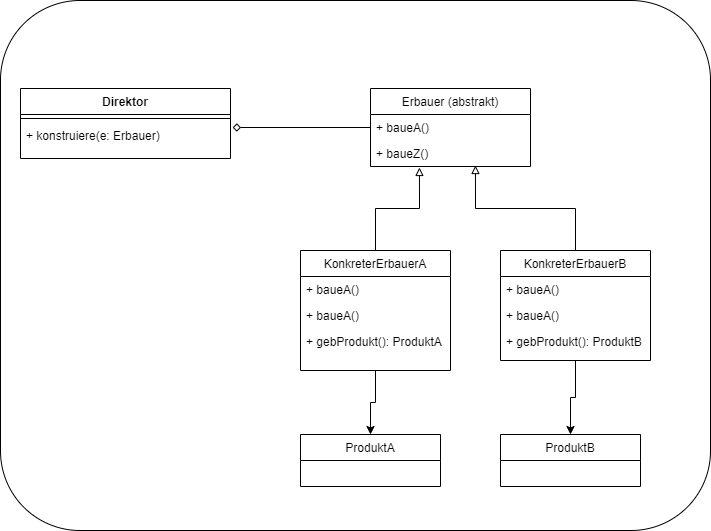
Above: assets/builder.drawio.png in janmarkuslanger/software-architecture-guide (draw.io), before the change. Source tidied: cells renumbered, new cells last; positions are measured from the earlier drawing's top-left corner, leaving out a move shared by most shapes.
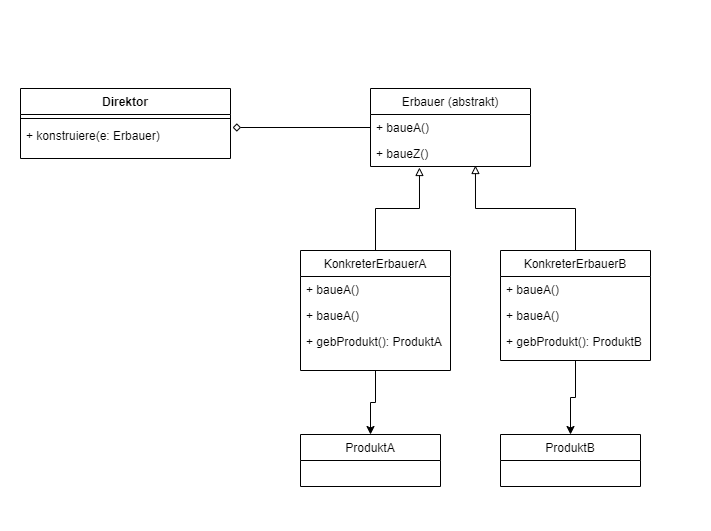
After the change.

The edit, as a diff of the source:
```diff
@@ -2,7 +2,7 @@
   <root>
     <mxCell id="0" />
     <mxCell id="1" parent="0" />
-    <mxCell id="2" style="rounded=1;whiteSpace=wrap;html=1;" parent="1" vertex="1">
+    <mxCell id="2" style="rounded=0;whiteSpace=wrap;html=1;strokeColor=#FFFFFF;" parent="1" vertex="1">
       <mxGeometry width="710" height="530" as="geometry" />
     </mxCell>
     <mxCell id="3" value="Erbauer (abstrakt)" style="swimlane;fontStyle=0;horizontal=1;startSize=26;fillColor=none;" parent="1" vertex="1">
```
